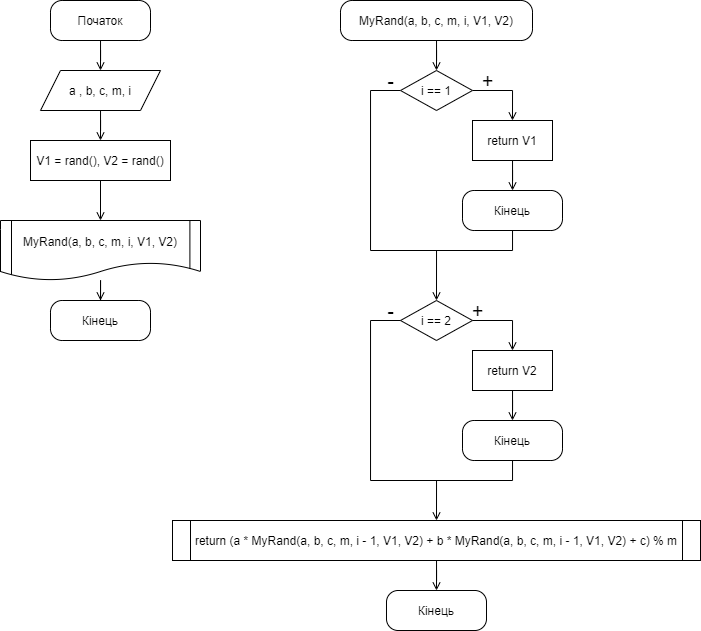
The draw.io diagram diagram.png in fhctyw/Lab5.5, before a commit. Source tidied: cells renumbered, new cells last; positions are measured from the earlier drawing's top-left corner, leaving out a move shared by most shapes.
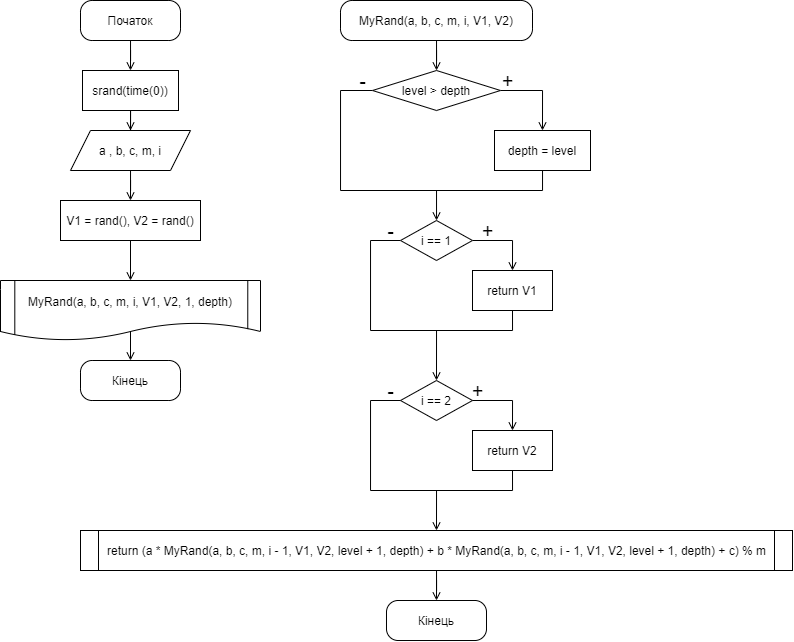
The same file after the commit.

The edit, as a diff of the source:
```diff
@@ -2,151 +2,181 @@
   <root>
     <mxCell id="0" />
     <mxCell id="1" parent="0" />
-    <mxCell id="2" style="edgeStyle=orthogonalEdgeStyle;rounded=0;jettySize=auto;html=1;entryX=0.5;entryY=0;entryDx=0;entryDy=0;endArrow=open;endFill=0;" parent="1" edge="1" source="3" target="9">
-      <mxGeometry relative="1" as="geometry" />
-    </mxCell>
+    <mxCell id="36" style="edgeStyle=orthogonalEdgeStyle;rounded=0;jettySize=auto;html=1;entryX=0.5;entryY=0;entryDx=0;entryDy=0;endArrow=open;endFill=0;" parent="1" edge="1" source="3" target="46">
+      <mxGeometry relative="1" as="geometry" />
+    </mxCell>
     <mxCell id="3" value="Початок" style="rounded=1;whiteSpace=wrap;html=1;arcSize=29;" parent="1" vertex="1">
-      <mxGeometry x="50" width="100" height="40" as="geometry" />
+      <mxGeometry x="80" width="100" height="40" as="geometry" />
     </mxCell>
     <mxCell id="4" style="edgeStyle=orthogonalEdgeStyle;rounded=0;jettySize=auto;html=1;entryX=0.5;entryY=0;entryDx=0;entryDy=0;endArrow=open;endFill=0;" parent="1" edge="1" source="5" target="7">
       <mxGeometry relative="1" as="geometry" />
     </mxCell>
     <mxCell id="5" value="V1 = rand(), V2 = rand()" style="rounded=0;whiteSpace=wrap;html=1;" parent="1" vertex="1">
-      <mxGeometry x="30" y="140" width="140" height="40" as="geometry" />
+      <mxGeometry x="60" y="200" width="140" height="40" as="geometry" />
     </mxCell>
-    <mxCell id="6" style="edgeStyle=orthogonalEdgeStyle;rounded=0;jettySize=auto;html=1;entryX=0.5;entryY=0;entryDx=0;entryDy=0;endArrow=open;endFill=0;" parent="1" edge="1" source="7" target="12">
+    <mxCell id="6" style="edgeStyle=orthogonalEdgeStyle;rounded=0;jettySize=auto;html=1;entryX=0.5;entryY=0;entryDx=0;entryDy=0;endArrow=open;endFill=0;exitX=0.5;exitY=0.851;exitDx=0;exitDy=0;exitPerimeter=0;" parent="1" edge="1" source="7" target="12">
       <mxGeometry relative="1" as="geometry" />
     </mxCell>
-    <mxCell id="7" value="MyRand(a, b, c, m, i, V1, V2)" style="shape=document;whiteSpace=wrap;html=1;boundedLbl=1;" parent="1" vertex="1">
-      <mxGeometry y="220" width="200" height="60" as="geometry" />
+    <mxCell id="7" value="MyRand(a, b, c, m, i, V1, V2, 1, depth)" style="shape=document;whiteSpace=wrap;html=1;boundedLbl=1;" parent="1" vertex="1">
+      <mxGeometry y="280" width="260" height="60" as="geometry" />
     </mxCell>
     <mxCell id="8" style="edgeStyle=orthogonalEdgeStyle;rounded=0;jettySize=auto;html=1;entryX=0.5;entryY=0;entryDx=0;entryDy=0;endArrow=open;endFill=0;" parent="1" edge="1" source="9" target="5">
       <mxGeometry relative="1" as="geometry" />
     </mxCell>
     <mxCell id="9" value="a , b, c, m, i" style="shape=parallelogram;perimeter=parallelogramPerimeter;whiteSpace=wrap;html=1;fixedSize=1;" parent="1" vertex="1">
-      <mxGeometry x="40" y="70" width="120" height="40" as="geometry" />
+      <mxGeometry x="70" y="130" width="120" height="40" as="geometry" />
     </mxCell>
-    <mxCell id="10" style="endArrow=none;html=1;rounded=0;edgeStyle=orthogonalEdgeStyle;exitX=0.947;exitY=0.825;exitDx=0;exitDy=0;exitPerimeter=0;" parent="1" edge="1">
+    <mxCell id="10" style="endArrow=none;html=1;rounded=0;edgeStyle=orthogonalEdgeStyle;exitX=0.951;exitY=0.81;exitDx=0;exitDy=0;exitPerimeter=0;" parent="1" edge="1" source="7">
       <mxGeometry relative="1" as="geometry">
-        <mxPoint x="189.4" y="268.5" as="sourcePoint" />
-        <mxPoint x="189" y="220" as="targetPoint" />
+        <mxPoint x="219" y="280" as="targetPoint" />
         <Array as="points">
-          <mxPoint x="189" y="220" />
-          <mxPoint x="189" y="220" />
+          <mxPoint x="247" y="280" />
         </Array>
       </mxGeometry>
     </mxCell>
     <mxCell id="11" style="endArrow=none;html=1;rounded=0;edgeStyle=orthogonalEdgeStyle;exitX=0.055;exitY=0.906;exitDx=0;exitDy=0;exitPerimeter=0;" parent="1" edge="1" source="7">
       <mxGeometry relative="1" as="geometry">
-        <mxPoint x="10" y="220" as="targetPoint" />
+        <mxPoint x="40" y="280" as="targetPoint" />
         <Array as="points">
-          <mxPoint x="11" y="220" />
+          <mxPoint x="14" y="280" />
         </Array>
       </mxGeometry>
     </mxCell>
     <mxCell id="12" value="Кінець" style="rounded=1;whiteSpace=wrap;html=1;arcSize=29;" parent="1" vertex="1">
-      <mxGeometry x="50" y="300" width="100" height="40" as="geometry" />
+      <mxGeometry x="80" y="360" width="100" height="40" as="geometry" />
     </mxCell>
-    <mxCell id="13" style="edgeStyle=orthogonalEdgeStyle;rounded=0;jettySize=auto;html=1;entryX=0.5;entryY=0;entryDx=0;entryDy=0;endArrow=open;endFill=0;" parent="1" edge="1" source="14" target="17">
-      <mxGeometry relative="1" as="geometry" />
-    </mxCell>
+    <mxCell id="37" style="edgeStyle=orthogonalEdgeStyle;rounded=0;jettySize=auto;html=1;endArrow=open;endFill=0;" parent="1" edge="1" source="14" target="40">
+      <mxGeometry relative="1" as="geometry" />
+    </mxCell>
     <mxCell id="14" value="MyRand(a, b, c, m, i, V1, V2)" style="rounded=1;whiteSpace=wrap;html=1;arcSize=29;" parent="1" vertex="1">
       <mxGeometry x="340" width="192" height="40" as="geometry" />
     </mxCell>
     <mxCell id="15" style="edgeStyle=orthogonalEdgeStyle;rounded=0;jettySize=auto;html=1;entryX=0.5;entryY=0;entryDx=0;entryDy=0;endArrow=open;endFill=0;" parent="1" edge="1" source="17" target="19">
       <mxGeometry relative="1" as="geometry">
         <Array as="points">
-          <mxPoint x="512" y="90" />
+          <mxPoint x="512" y="240" />
         </Array>
       </mxGeometry>
     </mxCell>
     <mxCell id="16" style="edgeStyle=orthogonalEdgeStyle;rounded=0;jettySize=auto;html=1;entryX=0.5;entryY=0;entryDx=0;entryDy=0;endArrow=open;endFill=0;" parent="1" edge="1" source="17" target="20">
       <mxGeometry relative="1" as="geometry">
         <Array as="points">
-          <mxPoint x="370" y="90" />
-          <mxPoint x="370" y="250" />
-          <mxPoint x="436" y="250" />
+          <mxPoint x="370" y="240" />
+          <mxPoint x="370" y="330" />
+          <mxPoint x="436" y="330" />
         </Array>
       </mxGeometry>
     </mxCell>
     <mxCell id="17" value="i == 1" style="rhombus;whiteSpace=wrap;html=1;" parent="1" vertex="1">
-      <mxGeometry x="400" y="70" width="72" height="40" as="geometry" />
+      <mxGeometry x="400" y="220" width="72" height="40" as="geometry" />
     </mxCell>
-    <mxCell id="18" style="edgeStyle=orthogonalEdgeStyle;rounded=0;jettySize=auto;html=1;endArrow=open;endFill=0;" parent="1" edge="1" source="19" target="29">
-      <mxGeometry relative="1" as="geometry" />
-    </mxCell>
     <mxCell id="19" value="return V1" style="rounded=0;whiteSpace=wrap;html=1;" parent="1" vertex="1">
-      <mxGeometry x="472" y="120" width="80" height="40" as="geometry" />
+      <mxGeometry x="472" y="270" width="80" height="40" as="geometry" />
     </mxCell>
     <mxCell id="20" value="i == 2" style="rhombus;whiteSpace=wrap;html=1;" parent="1" vertex="1">
-      <mxGeometry x="400" y="300" width="72" height="40" as="geometry" />
+      <mxGeometry x="400" y="380" width="72" height="40" as="geometry" />
     </mxCell>
     <mxCell id="21" style="edgeStyle=orthogonalEdgeStyle;rounded=0;jettySize=auto;html=1;entryX=0.5;entryY=0;entryDx=0;entryDy=0;endArrow=open;endFill=0;" parent="1" edge="1" target="24">
       <mxGeometry relative="1" as="geometry">
-        <mxPoint x="472" y="320" as="sourcePoint" />
+        <mxPoint x="472" y="400" as="sourcePoint" />
         <Array as="points">
-          <mxPoint x="512" y="320" />
+          <mxPoint x="512" y="400" />
         </Array>
       </mxGeometry>
     </mxCell>
     <mxCell id="22" style="edgeStyle=orthogonalEdgeStyle;rounded=0;jettySize=auto;html=1;endArrow=open;endFill=0;entryX=0.5;entryY=0;entryDx=0;entryDy=0;" parent="1" edge="1" target="26">
       <mxGeometry relative="1" as="geometry">
-        <mxPoint x="400" y="320" as="sourcePoint" />
+        <mxPoint x="400" y="400" as="sourcePoint" />
         <Array as="points">
-          <mxPoint x="370" y="320" />
-          <mxPoint x="370" y="480" />
-          <mxPoint x="436" y="480" />
+          <mxPoint x="370" y="400" />
+          <mxPoint x="370" y="490" />
+          <mxPoint x="436" y="490" />
         </Array>
       </mxGeometry>
     </mxCell>
-    <mxCell id="23" style="edgeStyle=orthogonalEdgeStyle;rounded=0;jettySize=auto;html=1;entryX=0.5;entryY=0;entryDx=0;entryDy=0;endArrow=open;endFill=0;" parent="1" edge="1" source="24" target="31">
-      <mxGeometry relative="1" as="geometry" />
-    </mxCell>
     <mxCell id="24" value="return V2" style="rounded=0;whiteSpace=wrap;html=1;" parent="1" vertex="1">
-      <mxGeometry x="472" y="350" width="80" height="40" as="geometry" />
+      <mxGeometry x="472" y="430" width="80" height="40" as="geometry" />
     </mxCell>
     <mxCell id="25" style="edgeStyle=orthogonalEdgeStyle;rounded=0;jettySize=auto;html=1;entryX=0.5;entryY=0;entryDx=0;entryDy=0;endArrow=open;endFill=0;" parent="1" edge="1" source="26" target="27">
       <mxGeometry relative="1" as="geometry" />
     </mxCell>
-    <mxCell id="26" value="&lt;span&gt;return&amp;nbsp;(a * MyRand(a, b, c, m, i - 1, V1, V2) + b * MyRand(a, b, c, m, i - 1, V1, V2) + c) % m&lt;/span&gt;" style="shape=process;whiteSpace=wrap;html=1;backgroundOutline=1;size=0.03409090909090909;" parent="1" vertex="1">
-      <mxGeometry x="172" y="520" width="528" height="40" as="geometry" />
+    <mxCell id="26" value="&lt;span&gt;return&amp;nbsp;(a * MyRand(a, b, c, m, i - 1, V1, V2, level + 1, depth) + b * MyRand(a, b, c, m, i - 1, V1, V2, level + 1, depth) + c) % m&lt;/span&gt;" style="shape=process;whiteSpace=wrap;html=1;backgroundOutline=1;size=0.024725274725274724;" parent="1" vertex="1">
+      <mxGeometry x="80" y="530" width="712" height="40" as="geometry" />
     </mxCell>
     <mxCell id="27" value="Кінець" style="rounded=1;whiteSpace=wrap;html=1;arcSize=29;" parent="1" vertex="1">
-      <mxGeometry x="386" y="590" width="100" height="40" as="geometry" />
+      <mxGeometry x="386" y="600" width="100" height="40" as="geometry" />
     </mxCell>
-    <mxCell id="28" style="edgeStyle=orthogonalEdgeStyle;rounded=0;jettySize=auto;html=1;endArrow=none;endFill=0;" parent="1" edge="1" source="29">
+    <mxCell id="28" style="edgeStyle=orthogonalEdgeStyle;rounded=0;orthogonalLoop=1;jettySize=auto;html=1;endArrow=none;endFill=0;" parent="1" edge="1">
       <mxGeometry relative="1" as="geometry">
-        <mxPoint x="420" y="250" as="targetPoint" />
+        <mxPoint x="512" y="310" as="sourcePoint" />
+        <mxPoint x="420" y="330" as="targetPoint" />
         <Array as="points">
-          <mxPoint x="512" y="250" />
+          <mxPoint x="512" y="330" />
         </Array>
       </mxGeometry>
     </mxCell>
-    <mxCell id="29" value="Кінець" style="rounded=1;whiteSpace=wrap;html=1;arcSize=29;" parent="1" vertex="1">
-      <mxGeometry x="462" y="190" width="100" height="40" as="geometry" />
-    </mxCell>
-    <mxCell id="30" style="edgeStyle=orthogonalEdgeStyle;rounded=0;jettySize=auto;html=1;endArrow=none;endFill=0;" parent="1" edge="1" source="31">
+    <mxCell id="30" style="edgeStyle=orthogonalEdgeStyle;rounded=0;orthogonalLoop=1;jettySize=auto;html=1;endArrow=none;endFill=0;" parent="1" edge="1">
       <mxGeometry relative="1" as="geometry">
-        <mxPoint x="430" y="480" as="targetPoint" />
+        <mxPoint x="512" y="470" as="sourcePoint" />
+        <mxPoint x="430" y="490" as="targetPoint" />
         <Array as="points">
-          <mxPoint x="512" y="480" />
+          <mxPoint x="512" y="490" />
         </Array>
       </mxGeometry>
     </mxCell>
-    <mxCell id="31" value="Кінець" style="rounded=1;whiteSpace=wrap;html=1;arcSize=29;" parent="1" vertex="1">
-      <mxGeometry x="462" y="420" width="100" height="40" as="geometry" />
-    </mxCell>
     <mxCell id="32" value="&lt;font style=&quot;font-size: 20px&quot;&gt;+&lt;/font&gt;" style="text;html=1;align=center;verticalAlign=middle;strokeColor=none;fillColor=none;" parent="1" vertex="1">
-      <mxGeometry x="472" y="70" width="30" height="20" as="geometry" />
+      <mxGeometry x="472" y="220" width="30" height="20" as="geometry" />
     </mxCell>
     <mxCell id="33" value="&lt;font style=&quot;font-size: 20px&quot;&gt;-&lt;/font&gt;" style="text;html=1;align=center;verticalAlign=middle;strokeColor=none;fillColor=none;" parent="1" vertex="1">
-      <mxGeometry x="380" y="70" width="20" height="20" as="geometry" />
+      <mxGeometry x="380" y="220" width="20" height="20" as="geometry" />
     </mxCell>
     <mxCell id="34" value="&lt;font style=&quot;font-size: 20px&quot;&gt;+&lt;/font&gt;" style="text;html=1;align=center;verticalAlign=middle;strokeColor=none;fillColor=none;" parent="1" vertex="1">
-      <mxGeometry x="462" y="300" width="30" height="20" as="geometry" />
+      <mxGeometry x="462" y="380" width="30" height="20" as="geometry" />
     </mxCell>
     <mxCell id="35" value="&lt;font style=&quot;font-size: 20px&quot;&gt;-&lt;/font&gt;" style="text;html=1;align=center;verticalAlign=middle;strokeColor=none;fillColor=none;" parent="1" vertex="1">
-      <mxGeometry x="380" y="300" width="20" height="20" as="geometry" />
+      <mxGeometry x="380" y="380" width="20" height="20" as="geometry" />
     </mxCell>
+    <mxCell id="38" style="edgeStyle=orthogonalEdgeStyle;rounded=0;jettySize=auto;html=1;entryX=0.5;entryY=0;entryDx=0;entryDy=0;endArrow=open;endFill=0;" parent="1" edge="1" source="40" target="42">
+      <mxGeometry relative="1" as="geometry">
+        <Array as="points">
+          <mxPoint x="542" y="90" />
+        </Array>
+      </mxGeometry>
+    </mxCell>
+    <mxCell id="39" style="edgeStyle=orthogonalEdgeStyle;rounded=0;jettySize=auto;html=1;endArrow=open;endFill=0;" parent="1" edge="1" source="40" target="17">
+      <mxGeometry relative="1" as="geometry">
+        <Array as="points">
+          <mxPoint x="340" y="90" />
+          <mxPoint x="340" y="190" />
+          <mxPoint x="436" y="190" />
+        </Array>
+      </mxGeometry>
+    </mxCell>
+    <mxCell id="40" value="level &amp;gt; depth" style="rhombus;whiteSpace=wrap;html=1;" parent="1" vertex="1">
+      <mxGeometry x="372" y="70" width="128" height="40" as="geometry" />
+    </mxCell>
+    <mxCell id="41" style="edgeStyle=orthogonalEdgeStyle;rounded=0;jettySize=auto;html=1;endArrow=none;endFill=0;" parent="1" edge="1" source="42">
+      <mxGeometry relative="1" as="geometry">
+        <mxPoint x="420" y="190" as="targetPoint" />
+        <Array as="points">
+          <mxPoint x="542" y="190" />
+        </Array>
+      </mxGeometry>
+    </mxCell>
+    <mxCell id="42" value="depth = level" style="rounded=0;whiteSpace=wrap;html=1;" parent="1" vertex="1">
+      <mxGeometry x="494" y="130" width="96" height="40" as="geometry" />
+    </mxCell>
+    <mxCell id="43" value="&lt;font style=&quot;font-size: 20px&quot;&gt;+&lt;/font&gt;" style="text;html=1;align=center;verticalAlign=middle;strokeColor=none;fillColor=none;" parent="1" vertex="1">
+      <mxGeometry x="492" y="70" width="30" height="20" as="geometry" />
+    </mxCell>
+    <mxCell id="44" value="&lt;font style=&quot;font-size: 20px&quot;&gt;-&lt;/font&gt;" style="text;html=1;align=center;verticalAlign=middle;strokeColor=none;fillColor=none;" parent="1" vertex="1">
+      <mxGeometry x="352" y="70" width="20" height="20" as="geometry" />
+    </mxCell>
+    <mxCell id="45" style="edgeStyle=orthogonalEdgeStyle;rounded=0;jettySize=auto;html=1;entryX=0.5;entryY=0;entryDx=0;entryDy=0;endArrow=open;endFill=0;" parent="1" edge="1" source="46" target="9">
+      <mxGeometry relative="1" as="geometry" />
+    </mxCell>
+    <mxCell id="46" value="srand(time(0))" style="rounded=0;whiteSpace=wrap;html=1;" parent="1" vertex="1">
+      <mxGeometry x="82" y="70" width="96" height="40" as="geometry" />
+    </mxCell>
   </root>
 </mxGraphModel>
```
